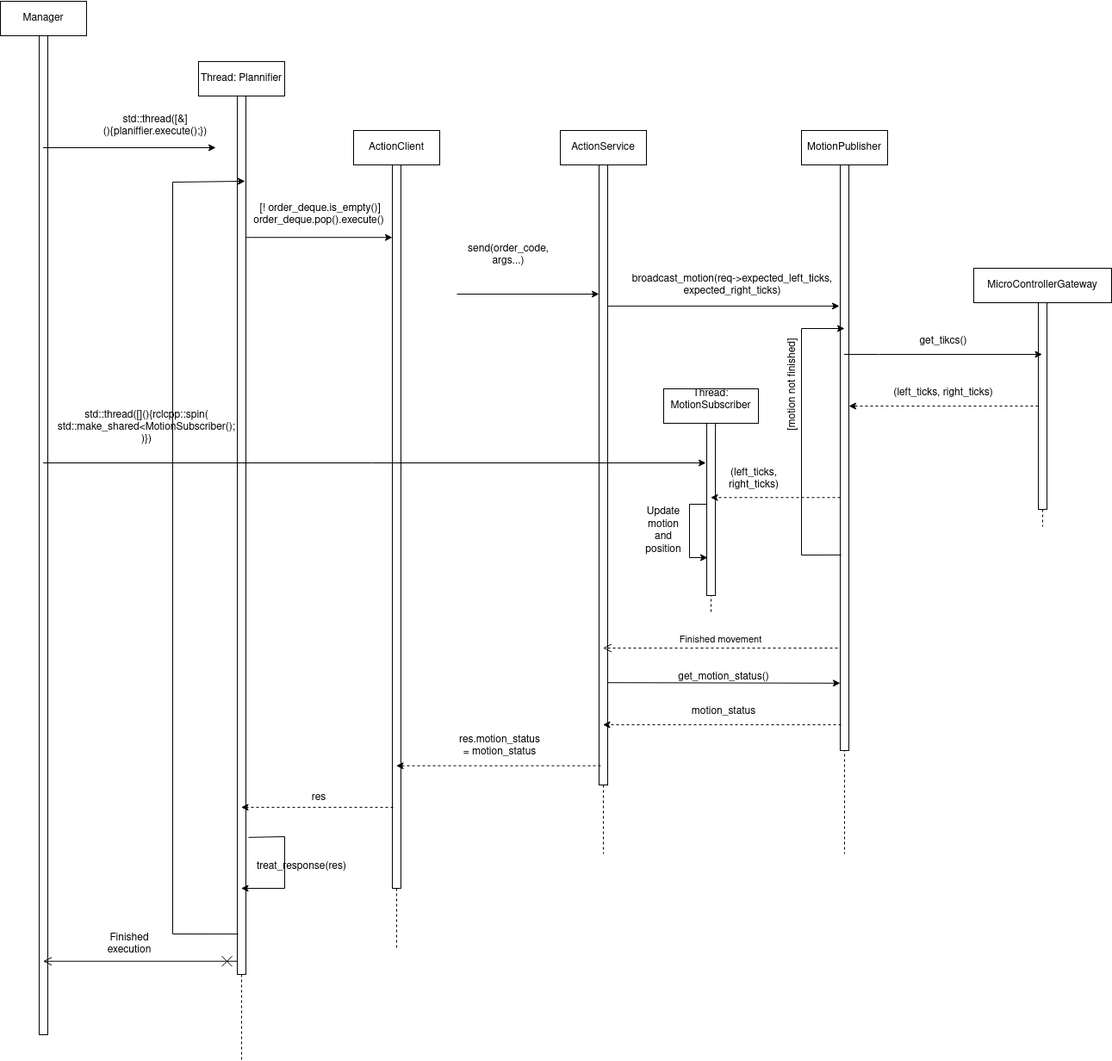
Before: resources/ManagerMicrocontrollerFunctionning.png, a diagram exported from draw.io (Club-INTech/TechTheTime-HighLevel). Source tidied: cells renumbered, new cells last; positions are measured from the earlier drawing's top-left corner, leaving out a move shared by most shapes.
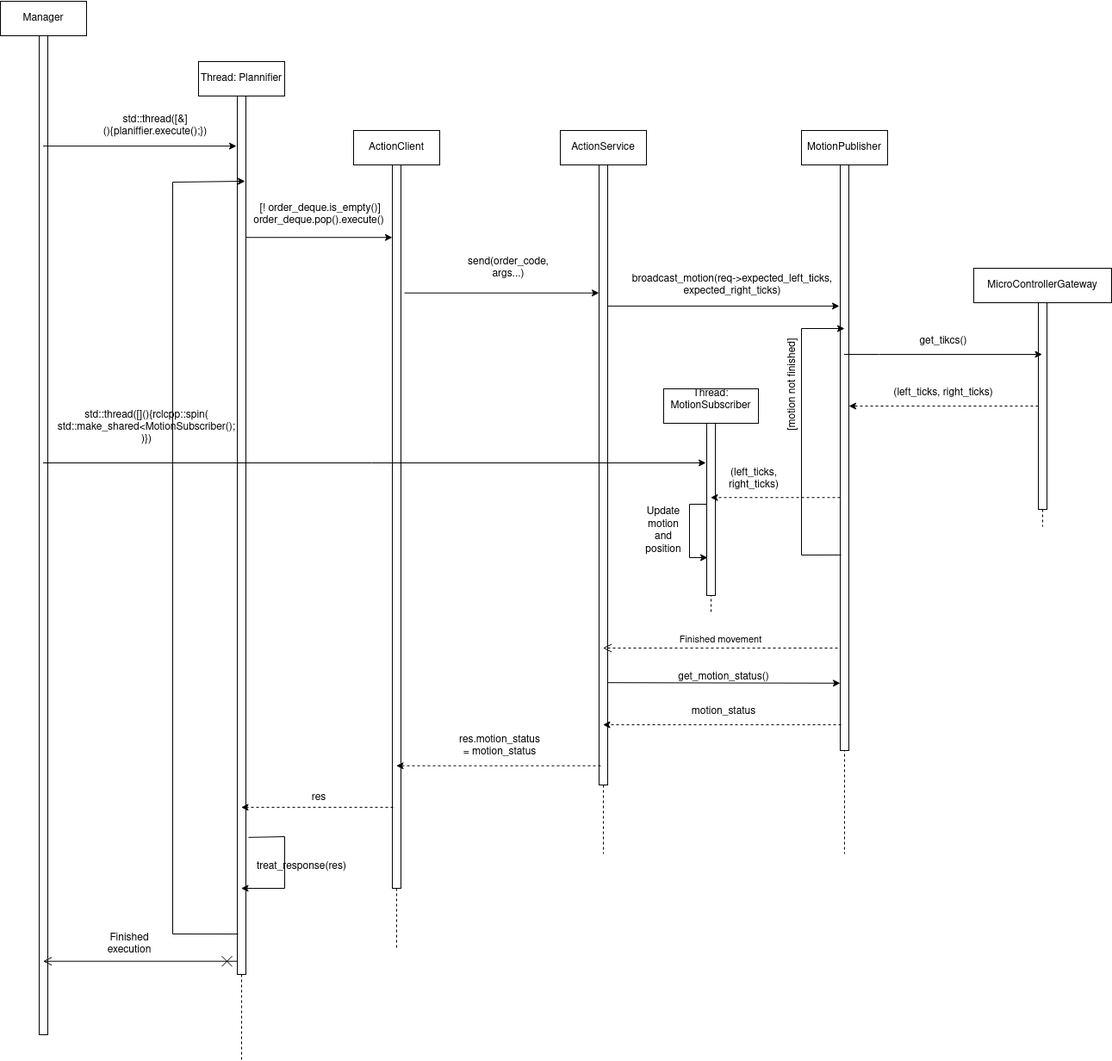
The same file after the commit.

Commit message:
Update sequence diagram

Change to the diagram source:
```diff
@@ -85,10 +85,8 @@
     <mxCell id="21" style="html=1;points=[];perimeter=orthogonalPerimeter;" parent="20" vertex="1">
       <mxGeometry x="75" y="40" width="10" height="240" as="geometry" />
     </mxCell>
-    <mxCell id="22" style="endArrow=classic;html=1;rounded=0;" parent="1" edge="1" source="3">
-      <mxGeometry relative="1" as="geometry">
-        <mxPoint x="250" y="170" as="targetPoint" />
-      </mxGeometry>
+    <mxCell id="22" style="endArrow=classic;html=1;rounded=0;entryX=-0.1;entryY=0.057;entryDx=0;entryDy=0;entryPerimeter=0;" parent="1" edge="1" source="3" target="13">
+      <mxGeometry relative="1" as="geometry" />
     </mxCell>
     <mxCell id="23" value="std::thread([&amp;amp;](){planiffier.execute();})" style="text;html=1;strokeColor=none;fillColor=none;align=center;verticalAlign=middle;whiteSpace=wrap;rounded=0;" parent="1" vertex="1">
       <mxGeometry x="150" y="130" width="60" height="30" as="geometry" />
@@ -102,16 +100,14 @@
     <mxCell id="26" style="endArrow=classic;html=1;rounded=0;exitX=1;exitY=0.161;exitDx=0;exitDy=0;exitPerimeter=0;" parent="1" edge="1" source="13" target="17">
       <mxGeometry relative="1" as="geometry" />
     </mxCell>
-    <mxCell id="27" style="endArrow=classic;html=1;rounded=0;" parent="1" edge="1" target="19">
-      <mxGeometry relative="1" as="geometry">
-        <mxPoint x="530" y="340" as="sourcePoint" />
-      </mxGeometry>
+    <mxCell id="27" style="endArrow=classic;html=1;rounded=0;exitX=1.4;exitY=0.177;exitDx=0;exitDy=0;exitPerimeter=0;" parent="1" edge="1" source="17" target="19">
+      <mxGeometry relative="1" as="geometry" />
     </mxCell>
     <mxCell id="28" style="endArrow=classic;dashed=1;html=1;rounded=0;" parent="1" edge="1" source="21" target="10">
       <mxGeometry relative="1" as="geometry" />
     </mxCell>
     <mxCell id="29" value="send(order_code, args...)" style="text;html=1;strokeColor=none;fillColor=none;align=center;verticalAlign=middle;whiteSpace=wrap;rounded=0;" parent="1" vertex="1">
-      <mxGeometry x="530" y="280" width="120" height="30" as="geometry" />
+      <mxGeometry x="530" y="295" width="120" height="30" as="geometry" />
     </mxCell>
     <mxCell id="30" style="endArrow=classic;html=1;rounded=0;entryX=-0.1;entryY=0.241;entryDx=0;entryDy=0;entryPerimeter=0;" parent="1" edge="1" source="19" target="10">
       <mxGeometry relative="1" as="geometry" />
```
